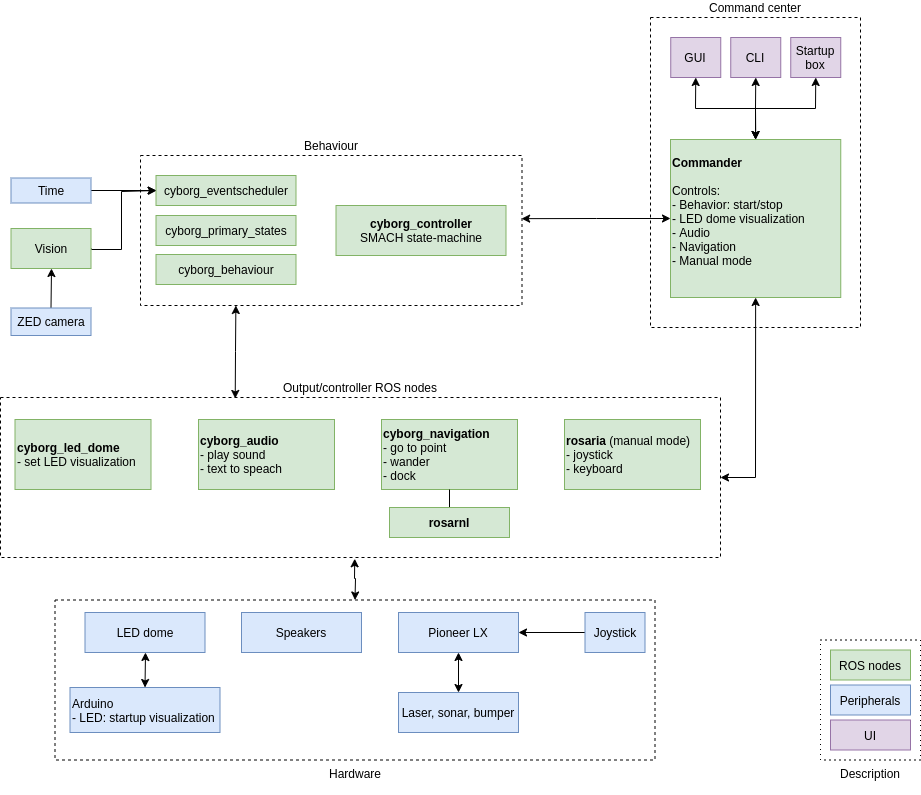
The draw.io diagram resources/Diagrams/system_proposal_2020.png in thentnucyborg/CyborgRobot, before a commit. Source tidied: cells renumbered, new cells last; positions are measured from the earlier drawing's top-left corner, leaving out a move shared by most shapes. Source of this version:
```xml
<mxGraphModel>
  <root>
    <mxCell id="0" />
    <mxCell id="1" parent="0" />
    <mxCell id="2" value="&lt;div&gt;Command center&lt;/div&gt;" style="rounded=0;whiteSpace=wrap;html=1;dashed=1;labelPosition=center;verticalLabelPosition=top;align=center;verticalAlign=bottom;" parent="1" vertex="1">
      <mxGeometry x="650" width="210" height="310" as="geometry" />
    </mxCell>
    <mxCell id="3" style="edgeStyle=orthogonalEdgeStyle;rounded=0;jettySize=auto;html=1;exitX=0.25;exitY=1;exitDx=0;exitDy=0;entryX=0.326;entryY=0.006;entryDx=0;entryDy=0;entryPerimeter=0;startArrow=classic;startFill=1;endArrow=classic;endFill=1;" parent="1" edge="1" source="4" target="12">
      <mxGeometry relative="1" as="geometry" />
    </mxCell>
    <mxCell id="4" value="&lt;div&gt;Behaviour&lt;/div&gt;" style="rounded=0;whiteSpace=wrap;html=1;dashed=1;labelPosition=center;verticalLabelPosition=top;align=center;verticalAlign=bottom;" parent="1" vertex="1">
      <mxGeometry x="140" y="138" width="381.5" height="150" as="geometry" />
    </mxCell>
    <mxCell id="5" style="edgeStyle=orthogonalEdgeStyle;rounded=0;jettySize=auto;html=1;exitX=0;exitY=0.5;exitDx=0;exitDy=0;entryX=0.999;entryY=0.421;entryDx=0;entryDy=0;entryPerimeter=0;endArrow=classic;endFill=1;startArrow=classic;startFill=1;" parent="1" edge="1" source="6" target="4">
      <mxGeometry relative="1" as="geometry" />
    </mxCell>
    <mxCell id="6" value="&lt;b&gt;Commander&lt;/b&gt;&lt;br&gt;&lt;br&gt;&lt;div&gt;Controls:&lt;/div&gt;&lt;div&gt;- Behavior: start/stop&lt;br&gt;&lt;/div&gt;&lt;div&gt;- LED dome visualization&lt;/div&gt;&lt;div&gt;- Audio&lt;/div&gt;&lt;div&gt;- Navigation&lt;/div&gt;&lt;div&gt;- Manual mode&lt;br&gt;&lt;/div&gt;&lt;div&gt;&lt;br&gt;&lt;/div&gt;" style="rounded=0;whiteSpace=wrap;html=1;align=left;fillColor=#d5e8d4;strokeColor=#82b366;fontColor=#000000;" parent="1" vertex="1">
      <mxGeometry x="670" y="122" width="170.2" height="158" as="geometry" />
    </mxCell>
    <mxCell id="7" value="&lt;div&gt;cyborg_eventscheduler&lt;/div&gt;" style="rounded=0;whiteSpace=wrap;html=1;fillColor=#d5e8d4;strokeColor=#82b366;fontColor=#000000;" parent="1" vertex="1">
      <mxGeometry x="155.5" y="158" width="140" height="30" as="geometry" />
    </mxCell>
    <mxCell id="8" value="cyborg_behaviour" style="rounded=0;whiteSpace=wrap;html=1;align=center;fillColor=#d5e8d4;strokeColor=#82b366;fontColor=#000000;" parent="1" vertex="1">
      <mxGeometry x="155.5" y="237" width="140" height="30" as="geometry" />
    </mxCell>
    <mxCell id="9" style="edgeStyle=orthogonalEdgeStyle;rounded=0;jettySize=auto;html=1;exitX=1;exitY=0.5;exitDx=0;exitDy=0;entryX=0.5;entryY=1;entryDx=0;entryDy=0;startArrow=classic;startFill=1;" parent="1" edge="1" source="12" target="6">
      <mxGeometry relative="1" as="geometry" />
    </mxCell>
    <mxCell id="10" style="edgeStyle=orthogonalEdgeStyle;rounded=0;jettySize=auto;html=1;exitX=0.5;exitY=0;exitDx=0;exitDy=0;entryX=0.5;entryY=1;entryDx=0;entryDy=0;startArrow=none;startFill=0;endArrow=classic;endFill=1;" parent="1" edge="1" source="11" target="23">
      <mxGeometry relative="1" as="geometry" />
    </mxCell>
    <mxCell id="11" value="ZED camera" style="rounded=0;whiteSpace=wrap;html=1;fillColor=#dae8fc;strokeColor=#6c8ebf;fontColor=#000000;" parent="1" vertex="1">
      <mxGeometry x="10.5" y="290.5" width="80" height="27.5" as="geometry" />
    </mxCell>
    <mxCell id="12" value="&lt;div&gt;Output/controller ROS nodes&lt;/div&gt;" style="rounded=0;whiteSpace=wrap;html=1;dashed=1;labelPosition=center;verticalLabelPosition=top;align=center;verticalAlign=bottom;" parent="1" vertex="1">
      <mxGeometry y="380" width="720" height="160" as="geometry" />
    </mxCell>
    <mxCell id="13" value="&lt;div align=&quot;left&quot;&gt;cyborg_led_dome&lt;/div&gt;&lt;div align=&quot;left&quot;&gt;&lt;span style=&quot;font-weight: normal&quot;&gt;- set LED visualization&lt;/span&gt;&lt;br&gt;&lt;/div&gt;" style="rounded=0;whiteSpace=wrap;html=1;fillColor=#d5e8d4;strokeColor=#82b366;fontColor=#000000;fontStyle=1;align=left;" parent="1" vertex="1">
      <mxGeometry x="14.5" y="402" width="136" height="70" as="geometry" />
    </mxCell>
    <mxCell id="14" value="&lt;div align=&quot;left&quot;&gt;cyborg_audio&lt;/div&gt;&lt;div align=&quot;left&quot;&gt;&lt;span style=&quot;font-weight: normal&quot;&gt;- play sound&lt;/span&gt;&lt;/div&gt;&lt;div align=&quot;left&quot;&gt;&lt;span style=&quot;font-weight: normal&quot;&gt;- text to speach&lt;/span&gt;&lt;br&gt;&lt;/div&gt;" style="rounded=0;whiteSpace=wrap;html=1;fillColor=#d5e8d4;strokeColor=#82b366;fontColor=#000000;fontStyle=1;align=left;" parent="1" vertex="1">
      <mxGeometry x="198" y="402" width="136" height="70" as="geometry" />
    </mxCell>
    <mxCell id="15" value="&lt;div align=&quot;left&quot;&gt;cyborg_navigation&lt;/div&gt;&lt;div align=&quot;left&quot;&gt;&lt;span style=&quot;font-weight: normal&quot;&gt;- go to point&lt;/span&gt;&lt;/div&gt;&lt;div align=&quot;left&quot;&gt;&lt;span style=&quot;font-weight: normal&quot;&gt;- wander&lt;/span&gt;&lt;/div&gt;&lt;div align=&quot;left&quot;&gt;&lt;span style=&quot;font-weight: normal&quot;&gt;- dock&lt;/span&gt;&lt;br&gt;&lt;/div&gt;" style="rounded=0;whiteSpace=wrap;html=1;fillColor=#d5e8d4;strokeColor=#82b366;fontColor=#000000;fontStyle=1;align=left;" parent="1" vertex="1">
      <mxGeometry x="381" y="402" width="136" height="70" as="geometry" />
    </mxCell>
    <mxCell id="16" style="edgeStyle=orthogonalEdgeStyle;rounded=0;jettySize=auto;html=1;exitX=0.5;exitY=1;exitDx=0;exitDy=0;startArrow=classic;startFill=1;fontColor=#000;" parent="1" edge="1" source="17" target="6">
      <mxGeometry relative="1" as="geometry" />
    </mxCell>
    <mxCell id="17" value="GUI&lt;br&gt;" style="rounded=0;whiteSpace=wrap;html=1;align=center;fillColor=#e1d5e7;strokeColor=#9673a6;fontColor=#000;" parent="1" vertex="1">
      <mxGeometry x="670.2" y="20" width="50" height="40" as="geometry" />
    </mxCell>
    <mxCell id="18" style="edgeStyle=orthogonalEdgeStyle;rounded=0;jettySize=auto;html=1;exitX=0.5;exitY=1;exitDx=0;exitDy=0;entryX=0.5;entryY=0;entryDx=0;entryDy=0;startArrow=classic;startFill=1;" parent="1" edge="1" source="19" target="6">
      <mxGeometry relative="1" as="geometry" />
    </mxCell>
    <mxCell id="19" value="CLI" style="rounded=0;whiteSpace=wrap;html=1;align=center;fillColor=#e1d5e7;strokeColor=#9673a6;fontColor=#000;" parent="1" vertex="1">
      <mxGeometry x="730.2" y="20" width="50" height="40" as="geometry" />
    </mxCell>
    <mxCell id="20" style="edgeStyle=orthogonalEdgeStyle;rounded=0;jettySize=auto;html=1;exitX=0.5;exitY=1;exitDx=0;exitDy=0;entryX=0.5;entryY=0;entryDx=0;entryDy=0;startArrow=classic;startFill=1;" parent="1" edge="1" source="21" target="6">
      <mxGeometry relative="1" as="geometry" />
    </mxCell>
    <mxCell id="21" value="Startup box" style="rounded=0;whiteSpace=wrap;html=1;align=center;fillColor=#e1d5e7;strokeColor=#9673a6;fontColor=#000;" parent="1" vertex="1">
      <mxGeometry x="790.2" y="20" width="50" height="40" as="geometry" />
    </mxCell>
    <mxCell id="22" style="edgeStyle=orthogonalEdgeStyle;rounded=0;jettySize=auto;html=1;exitX=1;exitY=0.5;exitDx=0;exitDy=0;entryX=0;entryY=0.5;entryDx=0;entryDy=0;startArrow=none;startFill=0;endArrow=classic;endFill=1;" parent="1" edge="1" source="23" target="7">
      <mxGeometry relative="1" as="geometry">
        <Array as="points">
          <mxPoint x="120.5" y="231.5" />
          <mxPoint x="120.5" y="173.5" />
        </Array>
      </mxGeometry>
    </mxCell>
    <mxCell id="23" value="Vision" style="rounded=0;whiteSpace=wrap;html=1;fillColor=#d5e8d4;strokeColor=#82b366;fontColor=#000000;" parent="1" vertex="1">
      <mxGeometry x="10.5" y="211" width="80" height="40" as="geometry" />
    </mxCell>
    <mxCell id="24" style="edgeStyle=orthogonalEdgeStyle;rounded=0;jettySize=auto;html=1;exitX=1;exitY=0.5;exitDx=0;exitDy=0;startArrow=none;startFill=0;endArrow=classic;endFill=1;" parent="1" edge="1" source="25" target="7">
      <mxGeometry relative="1" as="geometry" />
    </mxCell>
    <mxCell id="25" value="Time" style="rounded=0;whiteSpace=wrap;html=1;fillColor=#dae8fc;strokeColor=#6c8ebf;fontColor=#000000;" parent="1" vertex="1">
      <mxGeometry x="10.5" y="160.5" width="80" height="25" as="geometry" />
    </mxCell>
    <mxCell id="26" style="edgeStyle=orthogonalEdgeStyle;rounded=0;jettySize=auto;html=1;exitX=0.5;exitY=0;exitDx=0;exitDy=0;entryX=0.492;entryY=1.008;entryDx=0;entryDy=0;entryPerimeter=0;startArrow=classic;startFill=1;endArrow=classic;endFill=1;" parent="1" edge="1" source="27" target="12">
      <mxGeometry relative="1" as="geometry" />
    </mxCell>
    <mxCell id="27" value="Hardware" style="rounded=0;whiteSpace=wrap;html=1;labelPosition=center;verticalLabelPosition=bottom;align=center;verticalAlign=top;dashed=1;" parent="1" vertex="1">
      <mxGeometry x="54.5" y="582.5" width="600" height="160" as="geometry" />
    </mxCell>
    <mxCell id="28" value="LED dome" style="rounded=0;whiteSpace=wrap;html=1;fillColor=#dae8fc;strokeColor=#6c8ebf;fontColor=#000000;" parent="1" vertex="1">
      <mxGeometry x="84.5" y="595" width="120" height="40" as="geometry" />
    </mxCell>
    <mxCell id="29" value="Pioneer LX" style="rounded=0;whiteSpace=wrap;html=1;fillColor=#dae8fc;strokeColor=#6c8ebf;fontColor=#000000;" parent="1" vertex="1">
      <mxGeometry x="398" y="595" width="120" height="40" as="geometry" />
    </mxCell>
    <mxCell id="30" value="Speakers" style="rounded=0;whiteSpace=wrap;html=1;fillColor=#dae8fc;strokeColor=#6c8ebf;fontColor=#000000;" parent="1" vertex="1">
      <mxGeometry x="241" y="595" width="120" height="40" as="geometry" />
    </mxCell>
    <mxCell id="31" value="&lt;div&gt;&lt;font color=&quot;#000000&quot;&gt;Description&lt;/font&gt;&lt;/div&gt;&lt;div&gt;&lt;font color=&quot;#000000&quot;&gt;&lt;br&gt;&lt;/font&gt;&lt;/div&gt;" style="rounded=0;whiteSpace=wrap;html=1;fontColor=#000000;labelPosition=center;verticalLabelPosition=bottom;align=center;verticalAlign=top;dashed=1;dashPattern=1 4;" parent="1" vertex="1">
      <mxGeometry x="820" y="622.5" width="100" height="120" as="geometry" />
    </mxCell>
    <mxCell id="32" value="ROS nodes" style="rounded=0;whiteSpace=wrap;html=1;fillColor=#d5e8d4;strokeColor=#82b366;fontColor=#000000;" parent="1" vertex="1">
      <mxGeometry x="830" y="632.5" width="80" height="30" as="geometry" />
    </mxCell>
    <mxCell id="33" value="Peripherals" style="rounded=0;whiteSpace=wrap;html=1;fillColor=#dae8fc;strokeColor=#6c8ebf;fontColor=#000000;" parent="1" vertex="1">
      <mxGeometry x="830" y="667.5" width="80" height="30" as="geometry" />
    </mxCell>
    <mxCell id="34" value="UI" style="rounded=0;whiteSpace=wrap;html=1;fillColor=#e1d5e7;strokeColor=#9673a6;fontColor=#000000;" parent="1" vertex="1">
      <mxGeometry x="830" y="702.5" width="80" height="30" as="geometry" />
    </mxCell>
    <mxCell id="35" style="edgeStyle=orthogonalEdgeStyle;rounded=0;orthogonalLoop=1;jettySize=auto;html=1;exitX=0.5;exitY=1;exitDx=0;exitDy=0;startArrow=classic;startFill=1;fontColor=#000000;" parent="1" edge="1" source="31" target="31">
      <mxGeometry relative="1" as="geometry" />
    </mxCell>
    <mxCell id="36" value="&lt;div align=&quot;left&quot;&gt;rosaria&lt;span style=&quot;font-weight: normal&quot;&gt; (manual mode)&lt;/span&gt;&lt;/div&gt;&lt;div align=&quot;left&quot;&gt;&lt;span style=&quot;font-weight: normal&quot;&gt;- joystick&lt;/span&gt;&lt;/div&gt;&lt;div align=&quot;left&quot;&gt;&lt;span style=&quot;font-weight: normal&quot;&gt;- keyboard&lt;br&gt;&lt;/span&gt;&lt;/div&gt;" style="rounded=0;whiteSpace=wrap;html=1;fillColor=#d5e8d4;strokeColor=#82b366;fontColor=#000000;fontStyle=1;align=left;" parent="1" vertex="1">
      <mxGeometry x="564" y="402" width="136" height="70" as="geometry" />
    </mxCell>
    <mxCell id="37" style="edgeStyle=orthogonalEdgeStyle;rounded=0;jettySize=auto;html=1;" parent="1" edge="1" source="38" target="29">
      <mxGeometry relative="1" as="geometry" />
    </mxCell>
    <mxCell id="38" value="&lt;div&gt;Joystick&lt;/div&gt;" style="rounded=0;whiteSpace=wrap;html=1;fillColor=#dae8fc;strokeColor=#6c8ebf;fontColor=#000000;" parent="1" vertex="1">
      <mxGeometry x="584.5" y="595" width="60" height="40" as="geometry" />
    </mxCell>
    <mxCell id="39" style="edgeStyle=orthogonalEdgeStyle;rounded=0;jettySize=auto;html=1;startArrow=classic;startFill=1;" parent="1" edge="1" source="40" target="29">
      <mxGeometry relative="1" as="geometry" />
    </mxCell>
    <mxCell id="40" value="Laser, sonar, bumper" style="rounded=0;whiteSpace=wrap;html=1;fillColor=#dae8fc;strokeColor=#6c8ebf;fontColor=#000000;" parent="1" vertex="1">
      <mxGeometry x="398" y="675" width="120" height="40" as="geometry" />
    </mxCell>
    <mxCell id="41" value="&lt;div&gt;cyborg_primary_states&lt;/div&gt;" style="rounded=0;whiteSpace=wrap;html=1;fillColor=#d5e8d4;strokeColor=#82b366;fontColor=#000000;" parent="1" vertex="1">
      <mxGeometry x="155.5" y="198" width="140" height="30" as="geometry" />
    </mxCell>
    <mxCell id="42" style="edgeStyle=orthogonalEdgeStyle;rounded=0;jettySize=auto;html=1;exitX=0.5;exitY=0;exitDx=0;exitDy=0;entryX=0.5;entryY=1;entryDx=0;entryDy=0;startArrow=classic;startFill=1;" parent="1" edge="1" source="43" target="28">
      <mxGeometry relative="1" as="geometry" />
    </mxCell>
    <mxCell id="43" value="Arduino&lt;br&gt;- LED: startup visualization" style="rounded=0;whiteSpace=wrap;html=1;align=left;fillColor=#dae8fc;strokeColor=#6c8ebf;fontColor=#000000;" parent="1" vertex="1">
      <mxGeometry x="69.5" y="670" width="150" height="45" as="geometry" />
    </mxCell>
    <mxCell id="44" value="&lt;div&gt;&lt;b&gt;cyborg_controller&lt;/b&gt;&lt;/div&gt;&lt;div&gt;SMACH state-machine&lt;br&gt;&lt;/div&gt;" style="rounded=0;whiteSpace=wrap;html=1;fillColor=#d5e8d4;strokeColor=#82b366;fontColor=#000000;" parent="1" vertex="1">
      <mxGeometry x="335.5" y="188" width="170" height="50" as="geometry" />
    </mxCell>
    <mxCell id="45" style="edgeStyle=orthogonalEdgeStyle;rounded=0;jettySize=auto;html=1;exitX=0.5;exitY=0;exitDx=0;exitDy=0;entryX=0.5;entryY=1;entryDx=0;entryDy=0;endArrow=none;endFill=0;" parent="1" edge="1" source="46" target="15">
      <mxGeometry relative="1" as="geometry" />
    </mxCell>
    <mxCell id="46" value="rosarnl" style="rounded=0;whiteSpace=wrap;html=1;fillColor=#d5e8d4;strokeColor=#82b366;fontColor=#000000;fontStyle=1;" parent="1" vertex="1">
      <mxGeometry x="389" y="490" width="120" height="30" as="geometry" />
    </mxCell>
  </root>
</mxGraphModel>
```
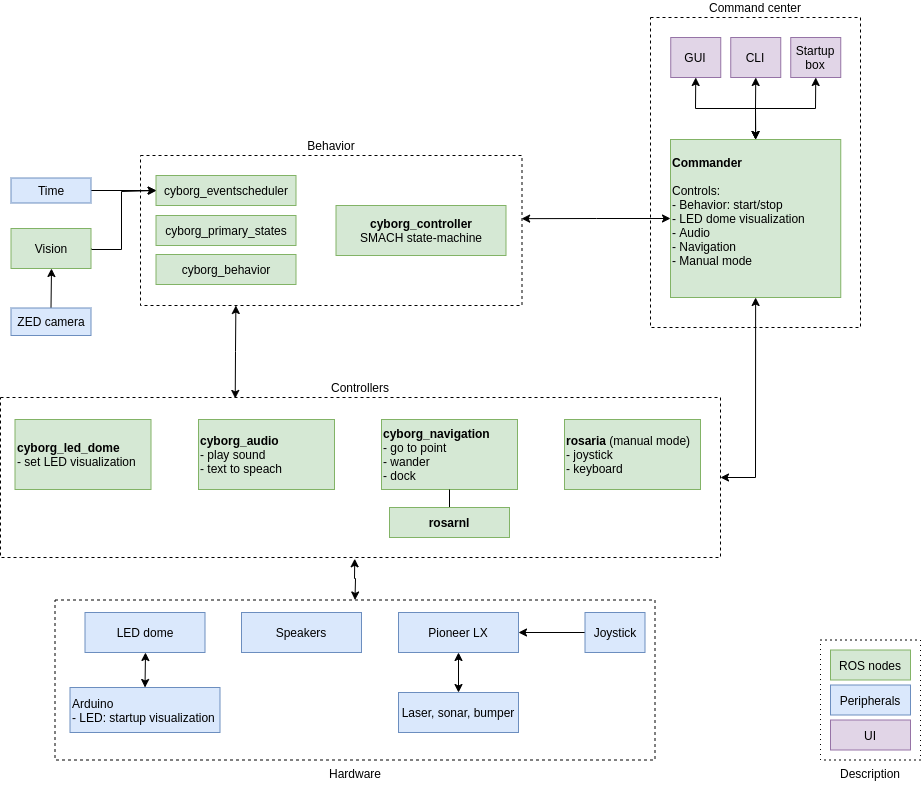
The same file after the commit.

Diff of the diagram source:
```diff
@@ -8,7 +8,7 @@
     <mxCell id="3" style="edgeStyle=orthogonalEdgeStyle;rounded=0;jettySize=auto;html=1;exitX=0.25;exitY=1;exitDx=0;exitDy=0;entryX=0.326;entryY=0.006;entryDx=0;entryDy=0;entryPerimeter=0;startArrow=classic;startFill=1;endArrow=classic;endFill=1;" parent="1" edge="1" source="4" target="12">
       <mxGeometry relative="1" as="geometry" />
     </mxCell>
-    <mxCell id="4" value="&lt;div&gt;Behaviour&lt;/div&gt;" style="rounded=0;whiteSpace=wrap;html=1;dashed=1;labelPosition=center;verticalLabelPosition=top;align=center;verticalAlign=bottom;" parent="1" vertex="1">
+    <mxCell id="4" value="&lt;div&gt;Behavior&lt;/div&gt;" style="rounded=0;whiteSpace=wrap;html=1;dashed=1;labelPosition=center;verticalLabelPosition=top;align=center;verticalAlign=bottom;" parent="1" vertex="1">
       <mxGeometry x="140" y="138" width="381.5" height="150" as="geometry" />
     </mxCell>
     <mxCell id="5" style="edgeStyle=orthogonalEdgeStyle;rounded=0;jettySize=auto;html=1;exitX=0;exitY=0.5;exitDx=0;exitDy=0;entryX=0.999;entryY=0.421;entryDx=0;entryDy=0;entryPerimeter=0;endArrow=classic;endFill=1;startArrow=classic;startFill=1;" parent="1" edge="1" source="6" target="4">
@@ -20,7 +20,7 @@
     <mxCell id="7" value="&lt;div&gt;cyborg_eventscheduler&lt;/div&gt;" style="rounded=0;whiteSpace=wrap;html=1;fillColor=#d5e8d4;strokeColor=#82b366;fontColor=#000000;" parent="1" vertex="1">
       <mxGeometry x="155.5" y="158" width="140" height="30" as="geometry" />
     </mxCell>
-    <mxCell id="8" value="cyborg_behaviour" style="rounded=0;whiteSpace=wrap;html=1;align=center;fillColor=#d5e8d4;strokeColor=#82b366;fontColor=#000000;" parent="1" vertex="1">
+    <mxCell id="8" value="cyborg_behavior" style="rounded=0;whiteSpace=wrap;html=1;align=center;fillColor=#d5e8d4;strokeColor=#82b366;fontColor=#000000;" parent="1" vertex="1">
       <mxGeometry x="155.5" y="237" width="140" height="30" as="geometry" />
     </mxCell>
     <mxCell id="9" style="edgeStyle=orthogonalEdgeStyle;rounded=0;jettySize=auto;html=1;exitX=1;exitY=0.5;exitDx=0;exitDy=0;entryX=0.5;entryY=1;entryDx=0;entryDy=0;startArrow=classic;startFill=1;" parent="1" edge="1" source="12" target="6">
@@ -32,7 +32,7 @@
     <mxCell id="11" value="ZED camera" style="rounded=0;whiteSpace=wrap;html=1;fillColor=#dae8fc;strokeColor=#6c8ebf;fontColor=#000000;" parent="1" vertex="1">
       <mxGeometry x="10.5" y="290.5" width="80" height="27.5" as="geometry" />
     </mxCell>
-    <mxCell id="12" value="&lt;div&gt;Output/controller ROS nodes&lt;/div&gt;" style="rounded=0;whiteSpace=wrap;html=1;dashed=1;labelPosition=center;verticalLabelPosition=top;align=center;verticalAlign=bottom;" parent="1" vertex="1">
+    <mxCell id="12" value="&lt;div&gt;Controllers&lt;/div&gt;" style="rounded=0;whiteSpace=wrap;html=1;dashed=1;labelPosition=center;verticalLabelPosition=top;align=center;verticalAlign=bottom;" parent="1" vertex="1">
       <mxGeometry y="380" width="720" height="160" as="geometry" />
     </mxCell>
     <mxCell id="13" value="&lt;div align=&quot;left&quot;&gt;cyborg_led_dome&lt;/div&gt;&lt;div align=&quot;left&quot;&gt;&lt;span style=&quot;font-weight: normal&quot;&gt;- set LED visualization&lt;/span&gt;&lt;br&gt;&lt;/div&gt;" style="rounded=0;whiteSpace=wrap;html=1;fillColor=#d5e8d4;strokeColor=#82b366;fontColor=#000000;fontStyle=1;align=left;" parent="1" vertex="1">
```
